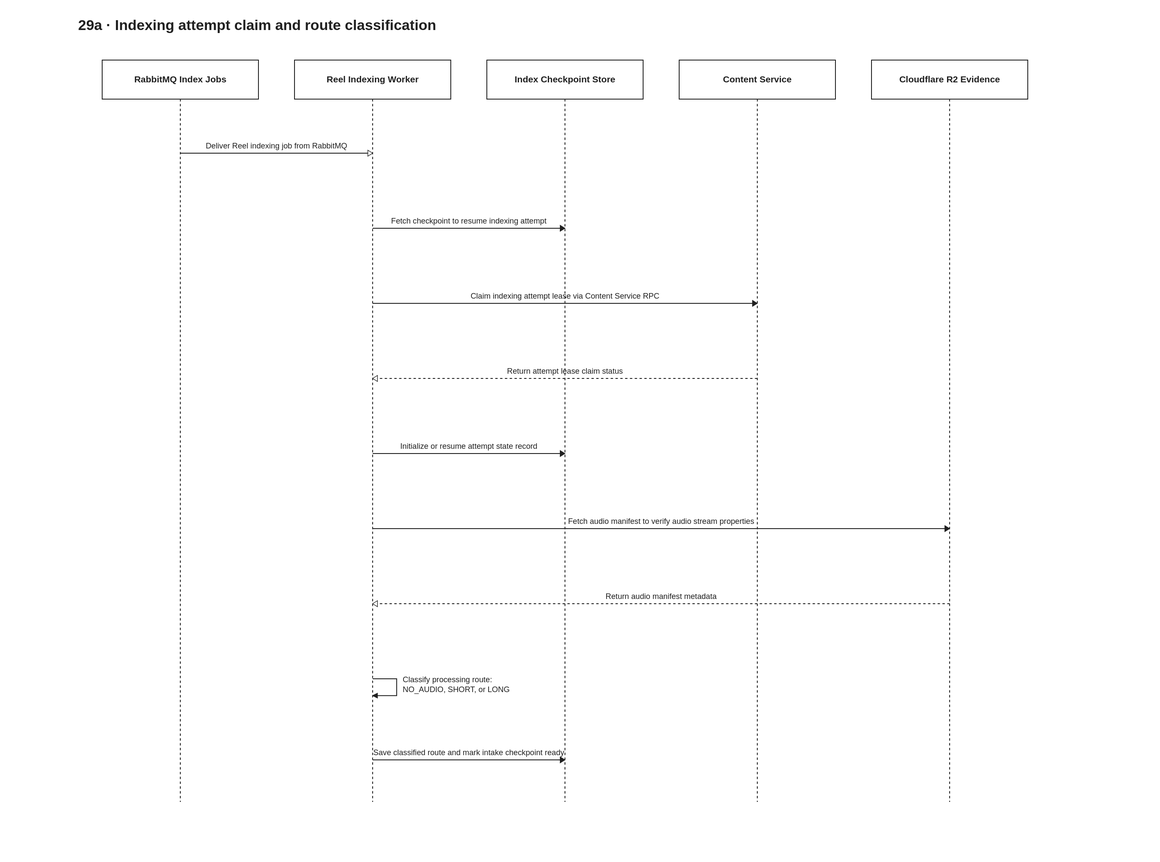
This is docs/diagrams/velora-current/importable-svg/29a-index-intake-routing.drawio.svg from HieuCuteDangYeu/velora-backend, a draw.io export, as it was before one commit. Source tidied: cells renumbered, new cells last; positions are measured from the earlier drawing's top-left corner, leaving out a move shared by most shapes.
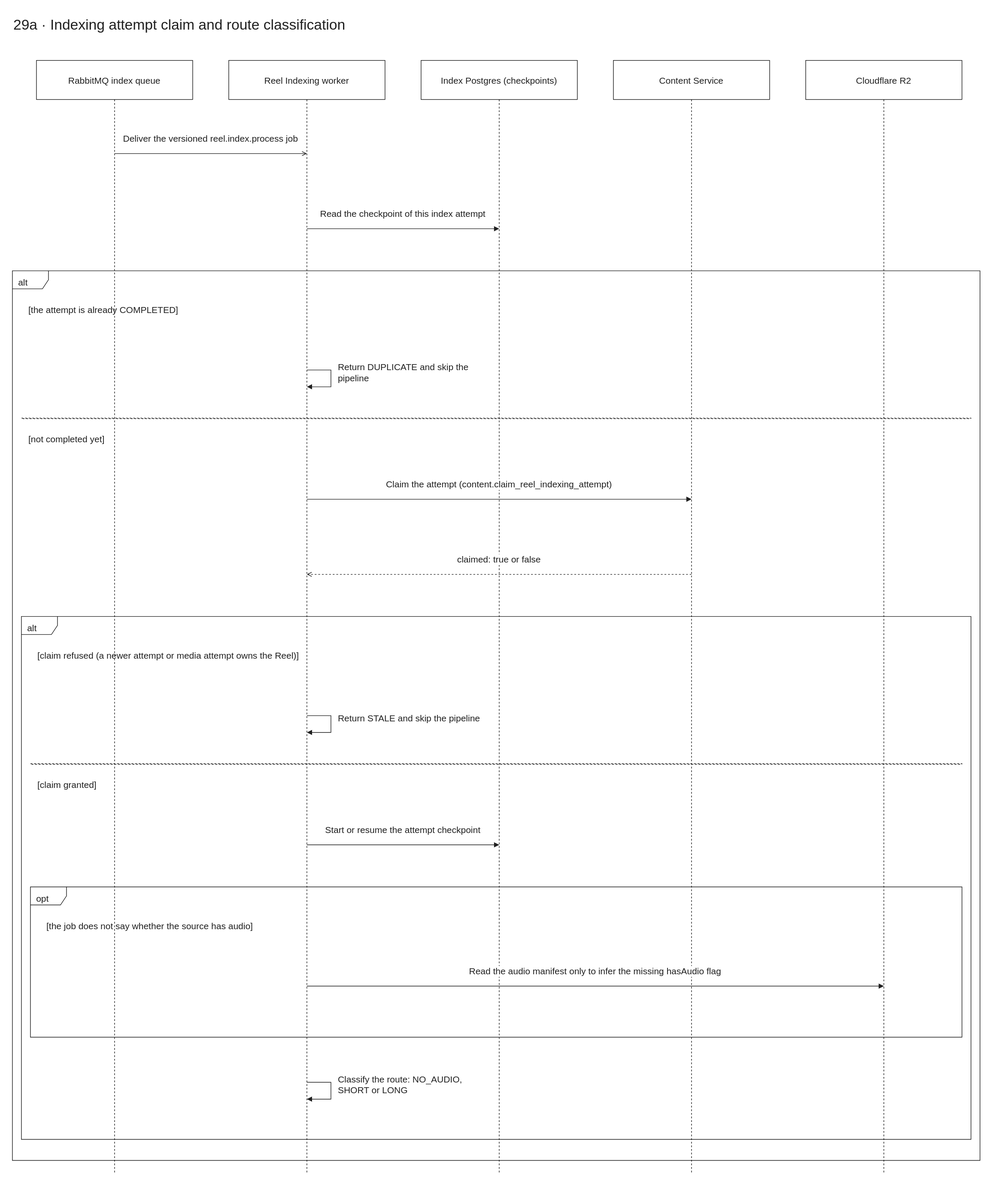
Later version of the same file.

Diff of the diagram source:
```diff
@@ -2,116 +2,158 @@
   <root>
     <mxCell id="0" />
     <mxCell id="1" parent="0" />
-    <mxCell id="2" style="html=1;fontFamily=Arial;fontSize=15;fontColor=light-dark(#202020,#eeeeee);strokeColor=light-dark(#202020,#eeeeee);dashed=1;endArrow=none;" parent="1" edge="1">
-      <mxGeometry relative="1" as="geometry">
-        <mxPoint x="1450" y="145" as="sourcePoint" />
-        <mxPoint x="1450" y="1315" as="targetPoint" />
-      </mxGeometry>
-    </mxCell>
-    <mxCell id="3" style="html=1;fontFamily=Arial;fontSize=15;fontColor=light-dark(#202020,#eeeeee);strokeColor=light-dark(#202020,#eeeeee);dashed=1;endArrow=none;" parent="1" edge="1">
-      <mxGeometry relative="1" as="geometry">
-        <mxPoint x="1130" y="145" as="sourcePoint" />
-        <mxPoint x="1130" y="1315" as="targetPoint" />
-      </mxGeometry>
-    </mxCell>
-    <mxCell id="4" style="html=1;fontFamily=Arial;fontSize=15;fontColor=light-dark(#202020,#eeeeee);strokeColor=light-dark(#202020,#eeeeee);dashed=1;endArrow=none;" parent="1" edge="1">
-      <mxGeometry relative="1" as="geometry">
-        <mxPoint x="810" y="145" as="sourcePoint" />
-        <mxPoint x="810" y="1315" as="targetPoint" />
-      </mxGeometry>
-    </mxCell>
-    <mxCell id="5" style="html=1;fontFamily=Arial;fontSize=15;fontColor=light-dark(#202020,#eeeeee);strokeColor=light-dark(#202020,#eeeeee);dashed=1;endArrow=none;" parent="1" edge="1">
-      <mxGeometry relative="1" as="geometry">
-        <mxPoint x="490" y="145" as="sourcePoint" />
-        <mxPoint x="490" y="1315" as="targetPoint" />
-      </mxGeometry>
-    </mxCell>
-    <mxCell id="6" style="html=1;fontFamily=Arial;fontSize=15;fontColor=light-dark(#202020,#eeeeee);strokeColor=light-dark(#202020,#eeeeee);dashed=1;endArrow=none;" parent="1" edge="1">
-      <mxGeometry relative="1" as="geometry">
-        <mxPoint x="170" y="145" as="sourcePoint" />
-        <mxPoint x="170" y="1315" as="targetPoint" />
-      </mxGeometry>
-    </mxCell>
+    <mxCell id="22" style="html=1;fontFamily=Arial;fontSize=15;fontColor=light-dark(#202020,#eeeeee);strokeColor=light-dark(#202020,#eeeeee);dashed=1;endArrow=none;" parent="1" edge="1">
+      <mxGeometry relative="1" as="geometry">
+        <mxPoint x="1450" y="145" as="sourcePoint" />
+        <mxPoint x="1450" y="1930" as="targetPoint" />
+      </mxGeometry>
+    </mxCell>
+    <mxCell id="23" style="html=1;fontFamily=Arial;fontSize=15;fontColor=light-dark(#202020,#eeeeee);strokeColor=light-dark(#202020,#eeeeee);dashed=1;endArrow=none;" parent="1" edge="1">
+      <mxGeometry relative="1" as="geometry">
+        <mxPoint x="1130" y="145" as="sourcePoint" />
+        <mxPoint x="1130" y="1930" as="targetPoint" />
+      </mxGeometry>
+    </mxCell>
+    <mxCell id="24" style="html=1;fontFamily=Arial;fontSize=15;fontColor=light-dark(#202020,#eeeeee);strokeColor=light-dark(#202020,#eeeeee);dashed=1;endArrow=none;" parent="1" edge="1">
+      <mxGeometry relative="1" as="geometry">
+        <mxPoint x="810" y="145" as="sourcePoint" />
+        <mxPoint x="810" y="1930" as="targetPoint" />
+      </mxGeometry>
+    </mxCell>
+    <mxCell id="25" style="html=1;fontFamily=Arial;fontSize=15;fontColor=light-dark(#202020,#eeeeee);strokeColor=light-dark(#202020,#eeeeee);dashed=1;endArrow=none;" parent="1" edge="1">
+      <mxGeometry relative="1" as="geometry">
+        <mxPoint x="490" y="145" as="sourcePoint" />
+        <mxPoint x="490" y="1930" as="targetPoint" />
+      </mxGeometry>
+    </mxCell>
+    <mxCell id="26" style="html=1;fontFamily=Arial;fontSize=15;fontColor=light-dark(#202020,#eeeeee);strokeColor=light-dark(#202020,#eeeeee);dashed=1;endArrow=none;" parent="1" edge="1">
+      <mxGeometry relative="1" as="geometry">
+        <mxPoint x="170" y="145" as="sourcePoint" />
+        <mxPoint x="170" y="1930" as="targetPoint" />
+      </mxGeometry>
+    </mxCell>
     <mxCell id="7" value="29a · Indexing attempt claim and route classification" style="html=1;fontFamily=Arial;fontSize=15;fontColor=light-dark(#202020,#eeeeee);strokeColor=light-dark(#202020,#eeeeee);text;fontSize=24;align=left;strokeColor=none;fillColor=none;" parent="1" vertex="1">
       <mxGeometry width="1610" height="50" as="geometry" />
     </mxCell>
-    <mxCell id="8" value="RabbitMQ Index Jobs" style="html=1;fontFamily=Arial;fontSize=15;fontColor=light-dark(#202020,#eeeeee);strokeColor=light-dark(#202020,#eeeeee);rounded=0;fillColor=#ffffff;whiteSpace=wrap;align=center;verticalAlign=middle;" parent="1" vertex="1">
+    <mxCell id="8" value="RabbitMQ index queue" style="html=1;fontFamily=Arial;fontSize=15;fontColor=light-dark(#202020,#eeeeee);strokeColor=light-dark(#202020,#eeeeee);rounded=0;fillColor=#ffffff;whiteSpace=wrap;align=center;verticalAlign=middle;" parent="1" vertex="1">
       <mxGeometry x="40" y="80" width="260" height="65" as="geometry" />
     </mxCell>
-    <mxCell id="9" value="Reel Indexing Worker" style="html=1;fontFamily=Arial;fontSize=15;fontColor=light-dark(#202020,#eeeeee);strokeColor=light-dark(#202020,#eeeeee);rounded=0;fillColor=#ffffff;whiteSpace=wrap;align=center;verticalAlign=middle;" parent="1" vertex="1">
+    <mxCell id="9" value="Reel Indexing worker" style="html=1;fontFamily=Arial;fontSize=15;fontColor=light-dark(#202020,#eeeeee);strokeColor=light-dark(#202020,#eeeeee);rounded=0;fillColor=#ffffff;whiteSpace=wrap;align=center;verticalAlign=middle;" parent="1" vertex="1">
       <mxGeometry x="360" y="80" width="260" height="65" as="geometry" />
     </mxCell>
-    <mxCell id="10" value="Index Checkpoint Store" style="html=1;fontFamily=Arial;fontSize=15;fontColor=light-dark(#202020,#eeeeee);strokeColor=light-dark(#202020,#eeeeee);rounded=0;fillColor=#ffffff;whiteSpace=wrap;align=center;verticalAlign=middle;" parent="1" vertex="1">
+    <mxCell id="10" value="Index Postgres (checkpoints)" style="html=1;fontFamily=Arial;fontSize=15;fontColor=light-dark(#202020,#eeeeee);strokeColor=light-dark(#202020,#eeeeee);rounded=0;fillColor=#ffffff;whiteSpace=wrap;align=center;verticalAlign=middle;" parent="1" vertex="1">
       <mxGeometry x="680" y="80" width="260" height="65" as="geometry" />
     </mxCell>
     <mxCell id="11" value="Content Service" style="html=1;fontFamily=Arial;fontSize=15;fontColor=light-dark(#202020,#eeeeee);strokeColor=light-dark(#202020,#eeeeee);rounded=0;fillColor=#ffffff;whiteSpace=wrap;align=center;verticalAlign=middle;" parent="1" vertex="1">
       <mxGeometry x="1000" y="80" width="260" height="65" as="geometry" />
     </mxCell>
-    <mxCell id="12" value="Cloudflare R2 Evidence" style="html=1;fontFamily=Arial;fontSize=15;fontColor=light-dark(#202020,#eeeeee);strokeColor=light-dark(#202020,#eeeeee);rounded=0;fillColor=#ffffff;whiteSpace=wrap;align=center;verticalAlign=middle;" parent="1" vertex="1">
+    <mxCell id="12" value="Cloudflare R2" style="html=1;fontFamily=Arial;fontSize=15;fontColor=light-dark(#202020,#eeeeee);strokeColor=light-dark(#202020,#eeeeee);rounded=0;fillColor=#ffffff;whiteSpace=wrap;align=center;verticalAlign=middle;" parent="1" vertex="1">
       <mxGeometry x="1320" y="80" width="260" height="65" as="geometry" />
     </mxCell>
-    <mxCell id="13" value="Deliver Reel indexing job from RabbitMQ" style="html=1;fontFamily=Arial;fontSize=15;fontColor=light-dark(#202020,#eeeeee);strokeColor=light-dark(#202020,#eeeeee);endArrow=open;endFill=0;labelBackgroundColor=#ffffff;labelWidth=550;whiteSpace=wrap;align=center;" parent="1" edge="1">
+    <mxCell id="13" value="Deliver the versioned reel.index.process job" style="html=1;fontFamily=Arial;fontSize=15;fontColor=light-dark(#202020,#eeeeee);strokeColor=light-dark(#202020,#eeeeee);endArrow=open;endFill=0;labelBackgroundColor=#ffffff;labelWidth=550;whiteSpace=wrap;align=center;" parent="1" edge="1">
       <mxGeometry relative="1" as="geometry">
         <mxPoint x="170" y="235" as="sourcePoint" />
         <mxPoint x="490" y="235" as="targetPoint" />
         <mxPoint y="-25" as="offset" />
       </mxGeometry>
     </mxCell>
-    <mxCell id="14" value="Fetch checkpoint to resume indexing attempt" style="html=1;fontFamily=Arial;fontSize=15;fontColor=light-dark(#202020,#eeeeee);strokeColor=light-dark(#202020,#eeeeee);endArrow=block;endFill=1;labelBackgroundColor=#ffffff;labelWidth=550;whiteSpace=wrap;align=center;" parent="1" edge="1">
+    <mxCell id="14" value="Read the checkpoint of this index attempt" style="html=1;fontFamily=Arial;fontSize=15;fontColor=light-dark(#202020,#eeeeee);strokeColor=light-dark(#202020,#eeeeee);endArrow=block;endFill=1;labelBackgroundColor=#ffffff;labelWidth=550;whiteSpace=wrap;align=center;" parent="1" edge="1">
       <mxGeometry relative="1" as="geometry">
         <mxPoint x="490" y="360" as="sourcePoint" />
         <mxPoint x="810" y="360" as="targetPoint" />
         <mxPoint y="-25" as="offset" />
       </mxGeometry>
     </mxCell>
-    <mxCell id="15" value="Claim indexing attempt lease via Content Service RPC" style="html=1;fontFamily=Arial;fontSize=15;fontColor=light-dark(#202020,#eeeeee);strokeColor=light-dark(#202020,#eeeeee);endArrow=block;endFill=1;labelBackgroundColor=#ffffff;labelWidth=550;whiteSpace=wrap;align=center;" parent="1" edge="1">
-      <mxGeometry relative="1" as="geometry">
-        <mxPoint x="490" y="485" as="sourcePoint" />
-        <mxPoint x="1130" y="485" as="targetPoint" />
-        <mxPoint y="-25" as="offset" />
-      </mxGeometry>
+    <mxCell id="15" value="alt" style="html=1;fontFamily=Arial;fontSize=15;fontColor=light-dark(#202020,#eeeeee);strokeColor=light-dark(#202020,#eeeeee);shape=umlFrame;fillColor=none;align=left;verticalAlign=top;spacingLeft=8;spacingTop=4;" parent="1" vertex="1">
+      <mxGeometry y="430" width="1610" height="1480" as="geometry" />
     </mxCell>
-    <mxCell id="16" value="Return attempt lease claim status" style="html=1;fontFamily=Arial;fontSize=15;fontColor=light-dark(#202020,#eeeeee);strokeColor=light-dark(#202020,#eeeeee);endArrow=open;dashed=1;labelBackgroundColor=#ffffff;labelWidth=550;whiteSpace=wrap;align=center;" parent="1" edge="1">
-      <mxGeometry relative="1" as="geometry">
-        <mxPoint x="1130" y="610" as="sourcePoint" />
-        <mxPoint x="490" y="610" as="targetPoint" />
-        <mxPoint y="-25" as="offset" />
-      </mxGeometry>
+    <mxCell id="16" value="[the attempt is already COMPLETED]" style="html=1;fontFamily=Arial;fontSize=15;fontColor=light-dark(#202020,#eeeeee);strokeColor=light-dark(#202020,#eeeeee);text;whiteSpace=wrap;align=left;strokeColor=none;fillColor=none;" parent="1" vertex="1">
+      <mxGeometry x="25" y="480" width="1550" height="45" as="geometry" />
     </mxCell>
-    <mxCell id="17" value="Initialize or resume attempt state record" style="html=1;fontFamily=Arial;fontSize=15;fontColor=light-dark(#202020,#eeeeee);strokeColor=light-dark(#202020,#eeeeee);endArrow=block;endFill=1;labelBackgroundColor=#ffffff;labelWidth=550;whiteSpace=wrap;align=center;" parent="1" edge="1">
+    <mxCell id="17" value="Return DUPLICATE and skip the pipeline" style="html=1;fontFamily=Arial;fontSize=15;fontColor=light-dark(#202020,#eeeeee);strokeColor=light-dark(#202020,#eeeeee);endArrow=block;endFill=1;edgeStyle=orthogonalEdgeStyle;curved=0;rounded=0;orthogonalLoop=1;jettySize=auto;labelBackgroundColor=#ffffff;labelWidth=240;whiteSpace=wrap;align=left;" parent="1" edge="1">
       <mxGeometry relative="1" as="geometry">
-        <mxPoint x="490" y="735" as="sourcePoint" />
-        <mxPoint x="810" y="735" as="targetPoint" />
-        <mxPoint y="-25" as="offset" />
+        <mxPoint x="490" y="595" as="sourcePoint" />
+        <mxPoint x="490" y="623" as="targetPoint" />
+        <Array as="points">
+          <mxPoint x="530" y="595" />
+          <mxPoint x="530" y="623" />
+        </Array>
+        <mxPoint x="10" y="-10" as="offset" />
       </mxGeometry>
     </mxCell>
-    <mxCell id="18" value="Fetch audio manifest to verify audio stream properties" style="html=1;fontFamily=Arial;fontSize=15;fontColor=light-dark(#202020,#eeeeee);strokeColor=light-dark(#202020,#eeeeee);endArrow=block;endFill=1;labelBackgroundColor=#ffffff;labelWidth=550;whiteSpace=wrap;align=center;" parent="1" edge="1">
-      <mxGeometry relative="1" as="geometry">
-        <mxPoint x="490" y="860" as="sourcePoint" />
-        <mxPoint x="1450" y="860" as="targetPoint" />
-        <mxPoint y="-25" as="offset" />
-      </mxGeometry>
+    <mxCell id="18" style="html=1;fontFamily=Arial;fontSize=15;fontColor=light-dark(#202020,#eeeeee);strokeColor=light-dark(#202020,#eeeeee);fillColor=none;dashed=1;" parent="1" vertex="1">
+      <mxGeometry x="15" y="675" width="1580" height="1" as="geometry" />
     </mxCell>
-    <mxCell id="19" value="Return audio manifest metadata" style="html=1;fontFamily=Arial;fontSize=15;fontColor=light-dark(#202020,#eeeeee);strokeColor=light-dark(#202020,#eeeeee);endArrow=open;dashed=1;labelBackgroundColor=#ffffff;labelWidth=550;whiteSpace=wrap;align=center;" parent="1" edge="1">
-      <mxGeometry relative="1" as="geometry">
-        <mxPoint x="1450" y="985" as="sourcePoint" />
-        <mxPoint x="490" y="985" as="targetPoint" />
-        <mxPoint y="-25" as="offset" />
-      </mxGeometry>
+    <mxCell id="19" value="[not completed yet]" style="html=1;fontFamily=Arial;fontSize=15;fontColor=light-dark(#202020,#eeeeee);strokeColor=light-dark(#202020,#eeeeee);text;whiteSpace=wrap;align=left;strokeColor=none;fillColor=none;" parent="1" vertex="1">
+      <mxGeometry x="25" y="695" width="1550" height="45" as="geometry" />
     </mxCell>
-    <mxCell id="20" value="Classify processing route: NO_AUDIO, SHORT, or LONG" style="html=1;fontFamily=Arial;fontSize=15;fontColor=light-dark(#202020,#eeeeee);strokeColor=light-dark(#202020,#eeeeee);endArrow=block;endFill=1;edgeStyle=orthogonalEdgeStyle;curved=0;rounded=0;orthogonalLoop=1;jettySize=auto;labelBackgroundColor=#ffffff;labelWidth=240;whiteSpace=wrap;align=left;" parent="1" edge="1">
+    <mxCell id="20" value="Claim the attempt (content.claim_reel_indexing_attempt)" style="html=1;fontFamily=Arial;fontSize=15;fontColor=light-dark(#202020,#eeeeee);strokeColor=light-dark(#202020,#eeeeee);endArrow=block;endFill=1;labelBackgroundColor=#ffffff;labelWidth=550;whiteSpace=wrap;align=center;" parent="1" edge="1">
       <mxGeometry relative="1" as="geometry">
-        <mxPoint x="490" y="1110" as="sourcePoint" />
-        <mxPoint x="490" y="1138" as="targetPoint" />
-        <mxPoint x="10" y="-10" as="offset" />
+        <mxPoint x="490" y="810" as="sourcePoint" />
+        <mxPoint x="1130" y="810" as="targetPoint" />
+        <mxPoint y="-25" as="offset" />
       </mxGeometry>
     </mxCell>
-    <mxCell id="21" value="Save classified route and mark intake checkpoint ready" style="html=1;fontFamily=Arial;fontSize=15;fontColor=light-dark(#202020,#eeeeee);strokeColor=light-dark(#202020,#eeeeee);endArrow=block;endFill=1;labelBackgroundColor=#ffffff;labelWidth=550;whiteSpace=wrap;align=center;" parent="1" edge="1">
+    <mxCell id="21" value="claimed: true or false" style="html=1;fontFamily=Arial;fontSize=15;fontColor=light-dark(#202020,#eeeeee);strokeColor=light-dark(#202020,#eeeeee);endArrow=open;dashed=1;labelBackgroundColor=#ffffff;labelWidth=550;whiteSpace=wrap;align=center;" parent="1" edge="1">
       <mxGeometry relative="1" as="geometry">
-        <mxPoint x="490" y="1245" as="sourcePoint" />
-        <mxPoint x="810" y="1245" as="targetPoint" />
+        <mxPoint x="1130" y="935" as="sourcePoint" />
+        <mxPoint x="490" y="935" as="targetPoint" />
         <mxPoint y="-25" as="offset" />
       </mxGeometry>
     </mxCell>
+    <mxCell id="27" value="alt" style="html=1;fontFamily=Arial;fontSize=15;fontColor=light-dark(#202020,#eeeeee);strokeColor=light-dark(#202020,#eeeeee);shape=umlFrame;fillColor=none;align=left;verticalAlign=top;spacingLeft=8;spacingTop=4;" parent="1" vertex="1">
+      <mxGeometry x="15" y="1005" width="1580" height="870" as="geometry" />
+    </mxCell>
+    <mxCell id="28" value="[claim refused (a newer attempt or media attempt owns the Reel)]" style="html=1;fontFamily=Arial;fontSize=15;fontColor=light-dark(#202020,#eeeeee);strokeColor=light-dark(#202020,#eeeeee);text;whiteSpace=wrap;align=left;strokeColor=none;fillColor=none;" parent="1" vertex="1">
+      <mxGeometry x="40" y="1055" width="1520" height="45" as="geometry" />
+    </mxCell>
+    <mxCell id="29" value="Return STALE and skip the pipeline" style="html=1;fontFamily=Arial;fontSize=15;fontColor=light-dark(#202020,#eeeeee);strokeColor=light-dark(#202020,#eeeeee);endArrow=block;endFill=1;edgeStyle=orthogonalEdgeStyle;curved=0;rounded=0;orthogonalLoop=1;jettySize=auto;labelBackgroundColor=#ffffff;labelWidth=240;whiteSpace=wrap;align=left;" parent="1" edge="1">
+      <mxGeometry relative="1" as="geometry">
+        <mxPoint x="490" y="1170" as="sourcePoint" />
+        <mxPoint x="490" y="1198" as="targetPoint" />
+        <Array as="points">
+          <mxPoint x="530" y="1170" />
+          <mxPoint x="530" y="1198" />
+        </Array>
+        <mxPoint x="10" y="-10" as="offset" />
+      </mxGeometry>
+    </mxCell>
+    <mxCell id="30" style="html=1;fontFamily=Arial;fontSize=15;fontColor=light-dark(#202020,#eeeeee);strokeColor=light-dark(#202020,#eeeeee);fillColor=none;dashed=1;" parent="1" vertex="1">
+      <mxGeometry x="30" y="1250" width="1550" height="1" as="geometry" />
+    </mxCell>
+    <mxCell id="31" value="[claim granted]" style="html=1;fontFamily=Arial;fontSize=15;fontColor=light-dark(#202020,#eeeeee);strokeColor=light-dark(#202020,#eeeeee);text;whiteSpace=wrap;align=left;strokeColor=none;fillColor=none;" parent="1" vertex="1">
+      <mxGeometry x="40" y="1270" width="1520" height="45" as="geometry" />
+    </mxCell>
+    <mxCell id="32" value="Start or resume the attempt checkpoint" style="html=1;fontFamily=Arial;fontSize=15;fontColor=light-dark(#202020,#eeeeee);strokeColor=light-dark(#202020,#eeeeee);endArrow=block;endFill=1;labelBackgroundColor=#ffffff;labelWidth=550;whiteSpace=wrap;align=center;" parent="1" edge="1">
+      <mxGeometry relative="1" as="geometry">
+        <mxPoint x="490" y="1385" as="sourcePoint" />
+        <mxPoint x="810" y="1385" as="targetPoint" />
+        <mxPoint y="-25" as="offset" />
+      </mxGeometry>
+    </mxCell>
+    <mxCell id="33" value="opt" style="html=1;fontFamily=Arial;fontSize=15;fontColor=light-dark(#202020,#eeeeee);strokeColor=light-dark(#202020,#eeeeee);shape=umlFrame;fillColor=none;align=left;verticalAlign=top;spacingLeft=8;spacingTop=4;" parent="1" vertex="1">
+      <mxGeometry x="30" y="1455" width="1550" height="250" as="geometry" />
+    </mxCell>
+    <mxCell id="34" value="[the job does not say whether the source has audio]" style="html=1;fontFamily=Arial;fontSize=15;fontColor=light-dark(#202020,#eeeeee);strokeColor=light-dark(#202020,#eeeeee);text;whiteSpace=wrap;align=left;strokeColor=none;fillColor=none;" parent="1" vertex="1">
+      <mxGeometry x="55" y="1505" width="1490" height="45" as="geometry" />
+    </mxCell>
+    <mxCell id="35" value="Read the audio manifest only to infer the missing hasAudio flag" style="html=1;fontFamily=Arial;fontSize=15;fontColor=light-dark(#202020,#eeeeee);strokeColor=light-dark(#202020,#eeeeee);endArrow=block;endFill=1;labelBackgroundColor=#ffffff;labelWidth=550;whiteSpace=wrap;align=center;" parent="1" edge="1">
+      <mxGeometry relative="1" as="geometry">
+        <mxPoint x="490" y="1620" as="sourcePoint" />
+        <mxPoint x="1450" y="1620" as="targetPoint" />
+        <mxPoint y="-25" as="offset" />
+      </mxGeometry>
+    </mxCell>
+    <mxCell id="36" value="Classify the route: NO_AUDIO, SHORT or LONG" style="html=1;fontFamily=Arial;fontSize=15;fontColor=light-dark(#202020,#eeeeee);strokeColor=light-dark(#202020,#eeeeee);endArrow=block;endFill=1;edgeStyle=orthogonalEdgeStyle;curved=0;rounded=0;orthogonalLoop=1;jettySize=auto;labelBackgroundColor=#ffffff;labelWidth=240;whiteSpace=wrap;align=left;" parent="1" edge="1">
+      <mxGeometry relative="1" as="geometry">
+        <mxPoint x="490" y="1780" as="sourcePoint" />
+        <mxPoint x="490" y="1808" as="targetPoint" />
+        <Array as="points">
+          <mxPoint x="530" y="1780" />
+          <mxPoint x="530" y="1808" />
+        </Array>
+        <mxPoint x="10" y="-10" as="offset" />
+      </mxGeometry>
+    </mxCell>
   </root>
 </mxGraphModel>
```
